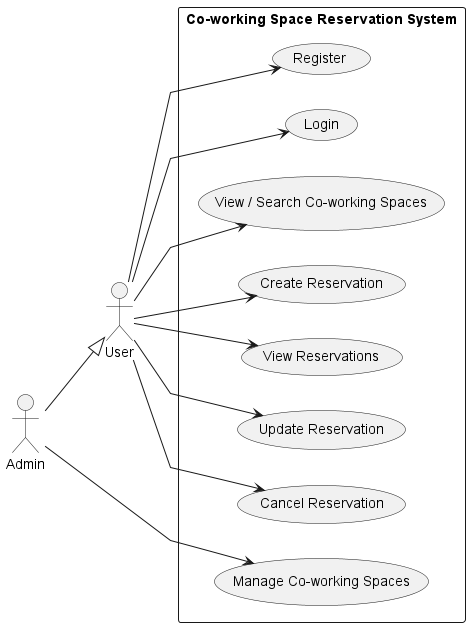
Earlier version of the PlantUML export docs/images/usecase-diagram.png (AiSiriRak/peony-room). Its diagram source:
```plantuml
@startuml Co-working Space Usecase Diagram
left to right direction
skinparam linetype polyline

actor "User" as user
actor "Admin" as admin

rectangle "Co-working Space Reservation System" {
    usecase "Register" as usecase1
    usecase "Login" as usecase2
    usecase "View / Search Co-working Spaces" as usecase3
    usecase "Create Reservation" as usecase4
    usecase "View Reservations" as usecase5
    usecase "Update Reservation" as usecase6
    usecase "Cancel Reservation" as usecase7
    usecase "Manage Co-working Spaces" as usecase8
}

user --> usecase1
user --> usecase2
user --> usecase3
user --> usecase4
user --> usecase5
user --> usecase6
user --> usecase7

admin --|> user
admin --> usecase8
@enduml
```
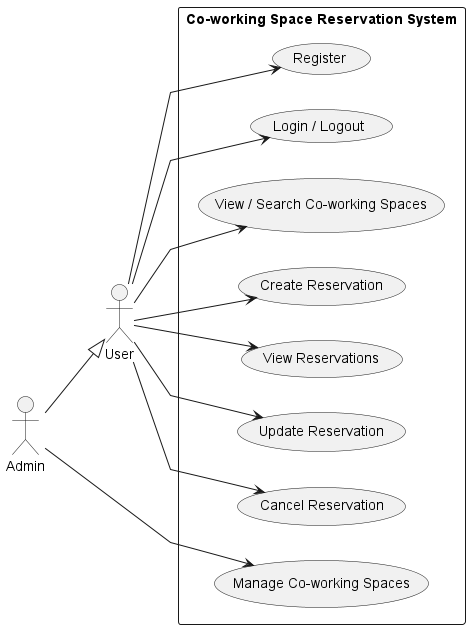
The same file after the commit.

Commit message:
fix(docs): add logout seq and edit sequence

Change to the diagram source:
```diff
@@ -7,7 +7,7 @@
 
 rectangle "Co-working Space Reservation System" {
     usecase "Register" as usecase1
-    usecase "Login" as usecase2
+    usecase "Login / Logout" as usecase2
     usecase "View / Search Co-working Spaces" as usecase3
     usecase "Create Reservation" as usecase4
     usecase "View Reservations" as usecase5
```
